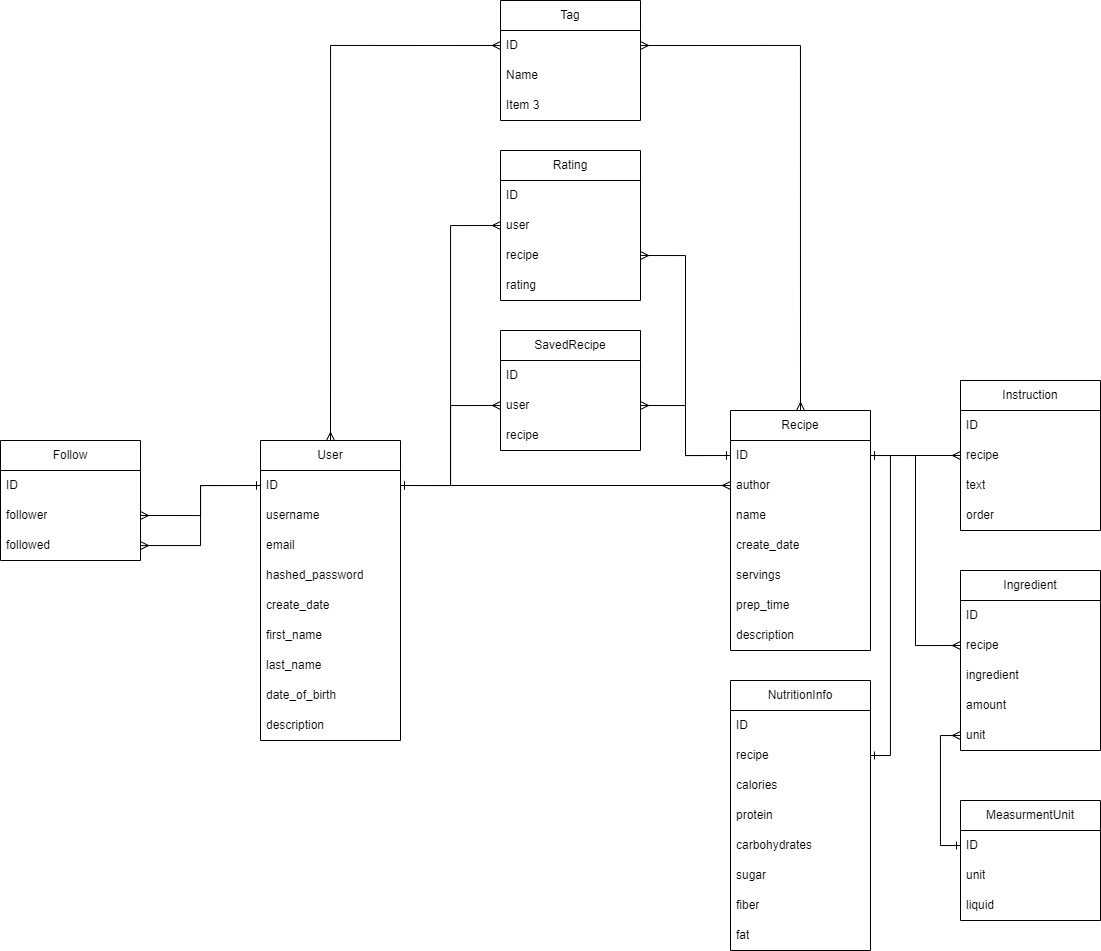
Before: docs/sql_db.png, a diagram exported from draw.io (maciej185/recipes). Source tidied: cells renumbered, new cells last; positions are measured from the earlier drawing's top-left corner, leaving out a move shared by most shapes.
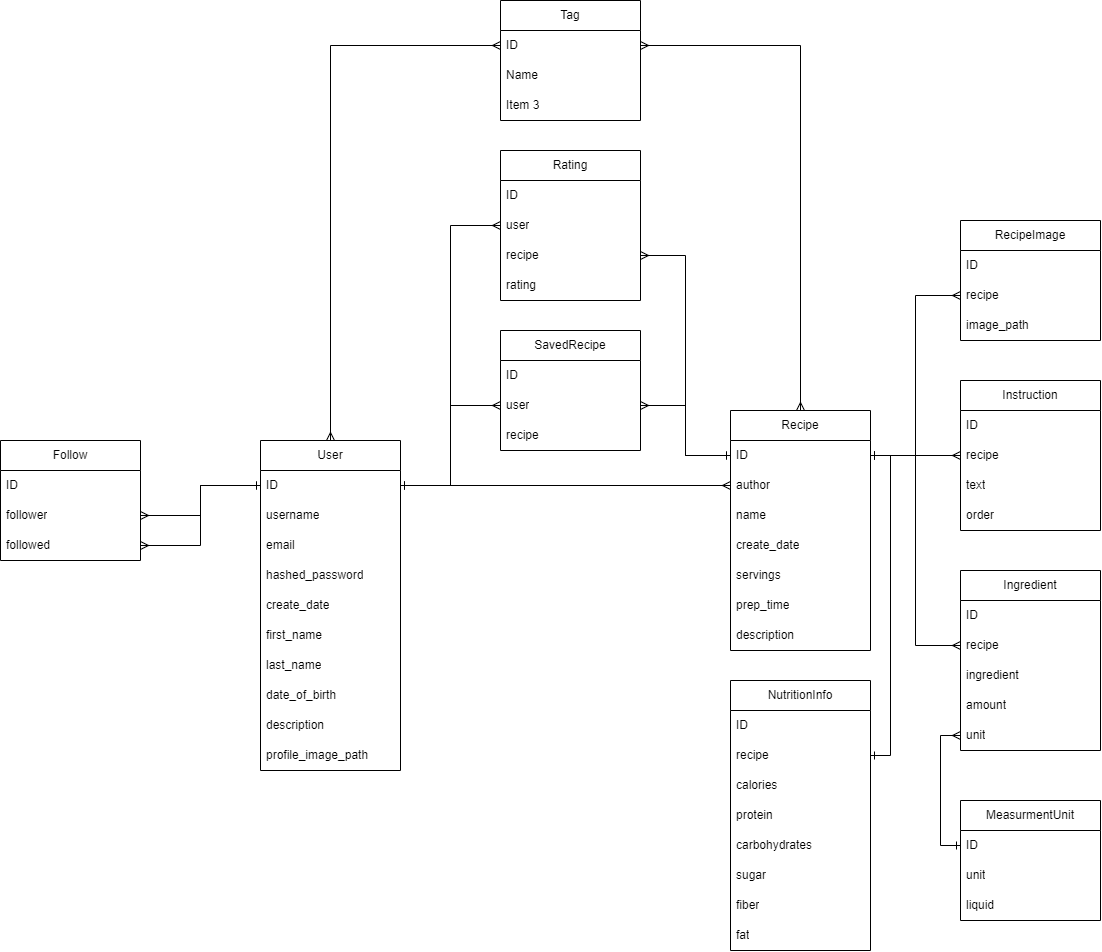
After the change.

Commit message:
Modify the config to include the storage file path and a path to the default profile picture.

The edit, as a diff of the source:
```diff
@@ -6,7 +6,7 @@
       <mxGeometry relative="1" as="geometry" />
     </mxCell>
     <mxCell id="3" value="User" style="swimlane;fontStyle=0;horizontal=1;startSize=30;whiteSpace=wrap;html=1;" parent="1" vertex="1">
-      <mxGeometry x="260" y="440" width="140" height="300" as="geometry" />
+      <mxGeometry x="260" y="440" width="140" height="330" as="geometry" />
     </mxCell>
     <mxCell id="4" value="ID" style="text;strokeColor=none;fillColor=none;align=left;verticalAlign=middle;spacingLeft=4;spacingRight=4;overflow=hidden;points=[[0,0.5],[1,0.5]];portConstraint=eastwest;whiteSpace=wrap;html=1;" parent="3" vertex="1">
       <mxGeometry y="30" width="140" height="30" as="geometry" />
@@ -35,6 +35,9 @@
     <mxCell id="12" value="description" style="text;strokeColor=none;fillColor=none;align=left;verticalAlign=middle;spacingLeft=4;spacingRight=4;overflow=hidden;whiteSpace=wrap;html=1;" parent="3" vertex="1">
       <mxGeometry y="270" width="140" height="30" as="geometry" />
     </mxCell>
+    <mxCell id="74" value="profile_image_path" style="text;strokeColor=none;fillColor=none;align=left;verticalAlign=middle;spacingLeft=4;spacingRight=4;overflow=hidden;whiteSpace=wrap;html=1;" parent="3" vertex="1">
+      <mxGeometry y="300" width="140" height="30" as="geometry" />
+    </mxCell>
     <mxCell id="13" value="Recipe" style="swimlane;fontStyle=0;horizontal=1;startSize=30;whiteSpace=wrap;html=1;" parent="1" vertex="1">
       <mxGeometry x="730" y="410" width="140" height="240" as="geometry" />
     </mxCell>
@@ -218,5 +221,20 @@
     <mxCell id="73" style="edgeStyle=orthogonalEdgeStyle;rounded=0;jettySize=auto;html=1;exitX=0;exitY=0.5;exitDx=0;exitDy=0;startArrow=ERone;startFill=0;endArrow=ERmany;endFill=0;" parent="1" edge="1" source="4" target="71">
       <mxGeometry relative="1" as="geometry" />
     </mxCell>
+    <mxCell id="75" value="RecipeImage" style="swimlane;fontStyle=0;horizontal=1;startSize=30;whiteSpace=wrap;html=1;" parent="1" vertex="1">
+      <mxGeometry x="960" y="220" width="140" height="120" as="geometry" />
+    </mxCell>
+    <mxCell id="76" value="ID" style="text;strokeColor=none;fillColor=none;align=left;verticalAlign=middle;spacingLeft=4;spacingRight=4;overflow=hidden;whiteSpace=wrap;html=1;" parent="75" vertex="1">
+      <mxGeometry y="30" width="140" height="30" as="geometry" />
+    </mxCell>
+    <mxCell id="77" value="recipe" style="text;strokeColor=none;fillColor=none;align=left;verticalAlign=middle;spacingLeft=4;spacingRight=4;overflow=hidden;points=[[0,0.5],[1,0.5]];portConstraint=eastwest;whiteSpace=wrap;html=1;" parent="75" vertex="1">
+      <mxGeometry y="60" width="140" height="30" as="geometry" />
+    </mxCell>
+    <mxCell id="78" value="image_path" style="text;strokeColor=none;fillColor=none;align=left;verticalAlign=middle;spacingLeft=4;spacingRight=4;overflow=hidden;whiteSpace=wrap;html=1;" parent="75" vertex="1">
+      <mxGeometry y="90" width="140" height="30" as="geometry" />
+    </mxCell>
+    <mxCell id="79" style="edgeStyle=orthogonalEdgeStyle;rounded=0;jettySize=auto;html=1;exitX=1;exitY=0.5;exitDx=0;exitDy=0;entryX=0;entryY=0.5;entryDx=0;entryDy=0;startArrow=ERone;startFill=0;endArrow=ERmany;endFill=0;" parent="1" edge="1" source="14" target="77">
+      <mxGeometry relative="1" as="geometry" />
+    </mxCell>
   </root>
 </mxGraphModel>
```
